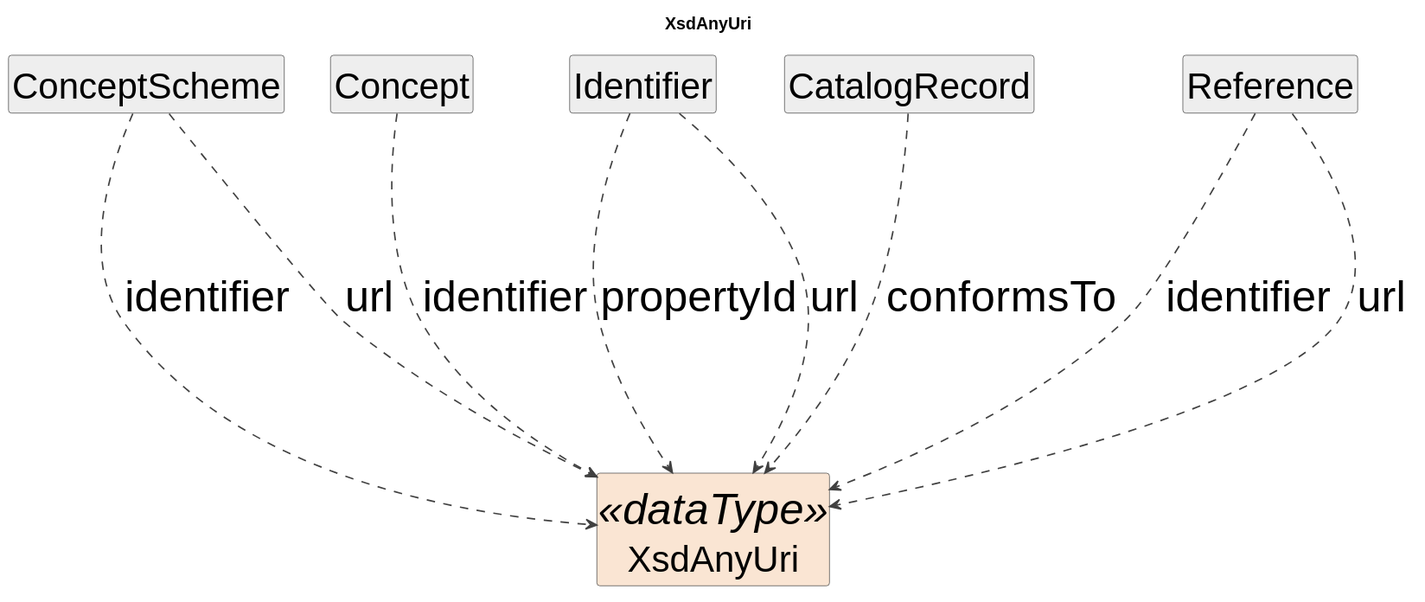
The PlantUML diagram cdif-uml-model/_plantuml/cdifCodelist/DataTypes/XsdAnyUri.svg in Cross-Domain-Interoperability-Framework/metadataBuildingBlocks, before a commit.
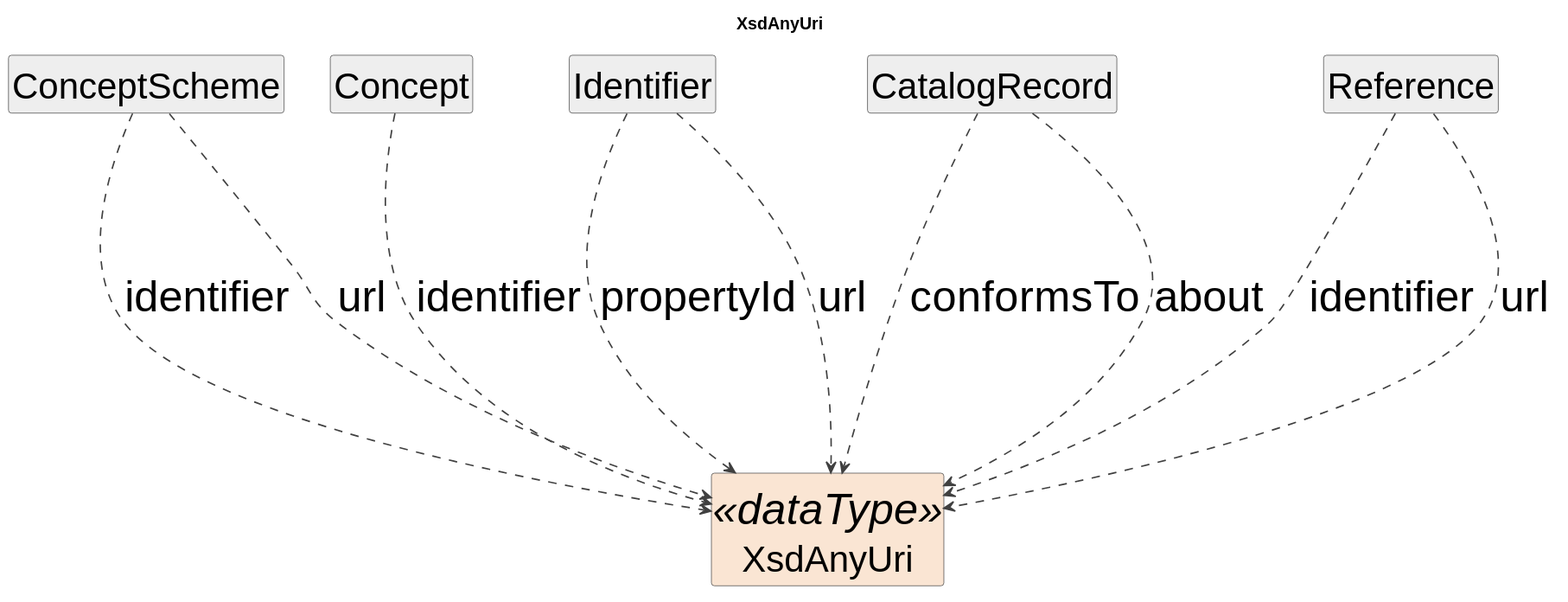
Later version of the same file.

The edit, as a diff of the source:
```diff
@@ -25,6 +25,7 @@
 Identifier ..> XsdAnyUri : url
 class "CatalogRecord" as CatalogRecord #EEEEEE
 CatalogRecord ..> XsdAnyUri : conformsTo
+CatalogRecord ..> XsdAnyUri : about
 class "Reference" as Reference #EEEEEE
 Reference ..> XsdAnyUri : identifier
 Reference ..> XsdAnyUri : url
```
